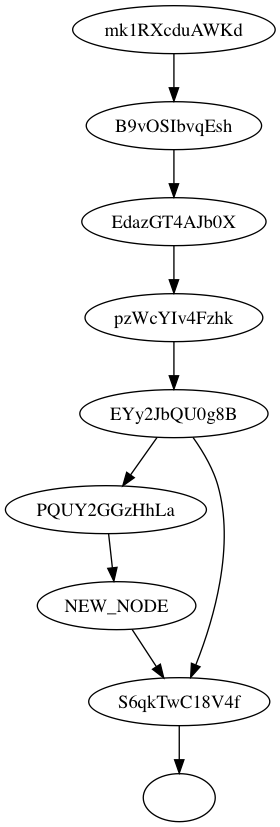
Before: newgraph.png, a diagram exported from Graphviz (TomBers/reqrecipe). Its source is kept beside it as newgraph.dot.
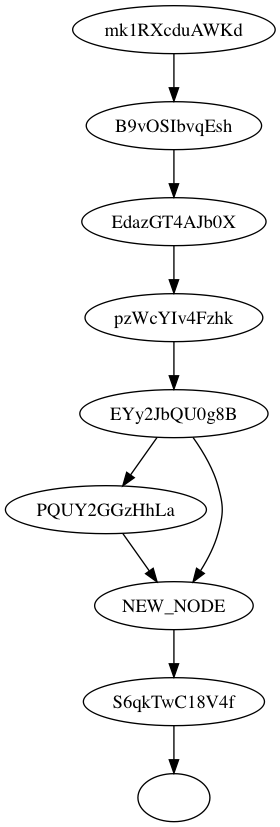
Later version of the same file.

What changed in the source:
```diff
@@ -15,5 +15,6 @@
  "PQUY2GGzHhLa" -> "NEW_NODE"
  "NEW_NODE" -> "S6qkTwC18V4f"
  "S6qkTwC18V4f" -> ""
- "EYy2JbQU0g8B" -> "S6qkTwC18V4f"
+ "EYy2JbQU0g8B" -> "NEW_NODE"
+ "NEW_NODE" -> "S6qkTwC18V4f"
  }
```
